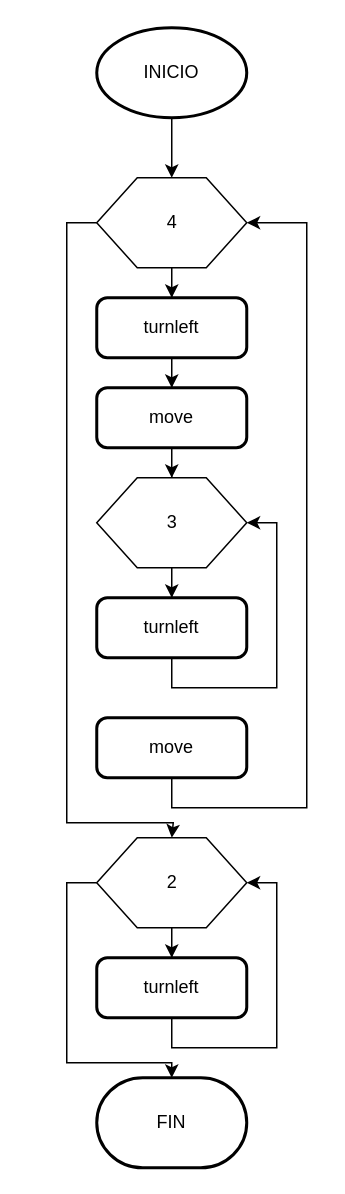
PedroJOH/Ejercicios_karel keeps this draw.io diagram as Escalera.drawio. Above is the earlier version. Source tidied: cells renumbered, new cells numbered last; positions are measured from the earlier drawing's top-left corner, leaving out a move shared by most shapes. Both pictures are drawn from the tidied source at 150%, with x=0, y=0 at pixel (66, 27).
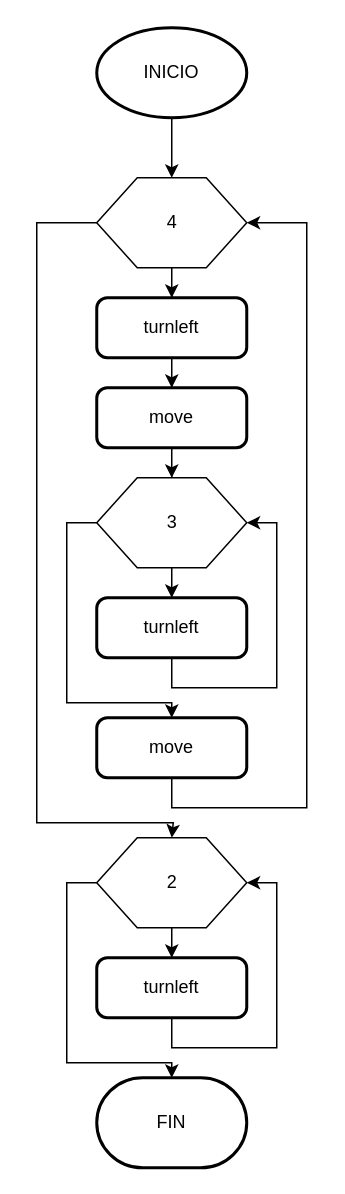
Above is the later version.

The change refers to these unchanged cells:
```xml
<mxCell id="7" value="4" style="verticalLabelPosition=middle;verticalAlign=middle;html=1;shape=hexagon;perimeter=hexagonPerimeter2;arcSize=6;size=0.27;labelPosition=center;align=center;" parent="1" vertex="1">
  <mxGeometry x="20" y="100" width="100" height="60" as="geometry" />
</mxCell>
<mxCell id="11" value="3" style="verticalLabelPosition=middle;verticalAlign=middle;html=1;shape=hexagon;perimeter=hexagonPerimeter2;arcSize=6;size=0.27;labelPosition=center;align=center;" parent="1" vertex="1">
  <mxGeometry x="20" y="300" width="100" height="60" as="geometry" />
</mxCell>
<mxCell id="20" value="move" style="rounded=1;whiteSpace=wrap;html=1;absoluteArcSize=1;arcSize=14;strokeWidth=2;" parent="1" vertex="1">
  <mxGeometry x="20" y="460" width="100" height="40" as="geometry" />
</mxCell>
```

Diff of the diagram source:
```diff
@@
     <mxCell id="6" style="edgeStyle=orthogonalEdgeStyle;rounded=0;jettySize=auto;html=1;exitX=0;exitY=0.5;exitDx=0;exitDy=0;" parent="1" edge="1" source="7">
       <mxGeometry relative="1" as="geometry">
         <mxPoint x="70" y="540" as="targetPoint" />
         <Array as="points">
-          <mxPoint y="130" />
-          <mxPoint y="530" />
+          <mxPoint x="-20" y="130" />
+          <mxPoint x="-20" y="530" />
           <mxPoint x="71" y="530" />
         </Array>
       </mxGeometry>
     </mxCell>
@@
+    <mxCell id="23" style="edgeStyle=orthogonalEdgeStyle;rounded=0;jettySize=auto;html=1;exitX=0;exitY=0.5;exitDx=0;exitDy=0;" parent="1" edge="1" source="11" target="20">
+      <mxGeometry relative="1" as="geometry">
+        <Array as="points">
+          <mxPoint y="330" />
+          <mxPoint y="450" />
+          <mxPoint x="70" y="450" />
+        </Array>
+      </mxGeometry>
+    </mxCell>
```
